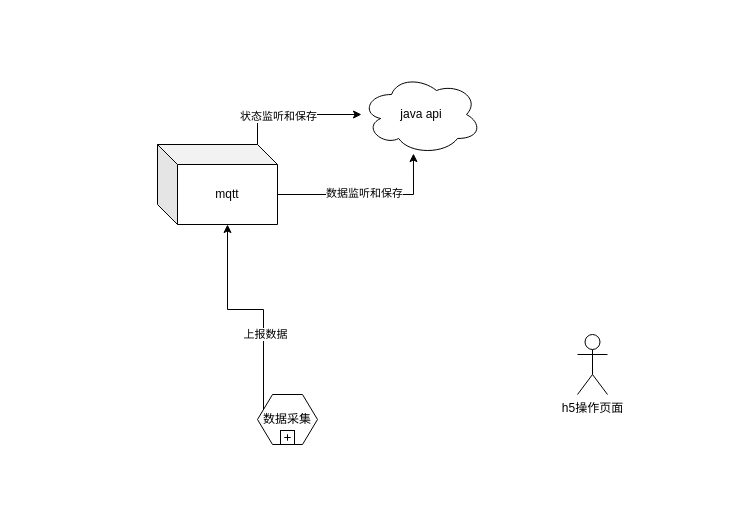
Earlier version of the draw.io diagram Untitled Diagram.drawio (a83988029/data_collect_arch). Source tidied: cells renumbered, new cells numbered last; positions are measured from the earlier drawing's top-left corner, leaving out a move shared by most shapes. Both pictures are drawn from the tidied source at 100%, with x=0, y=0 at pixel (157, 74).
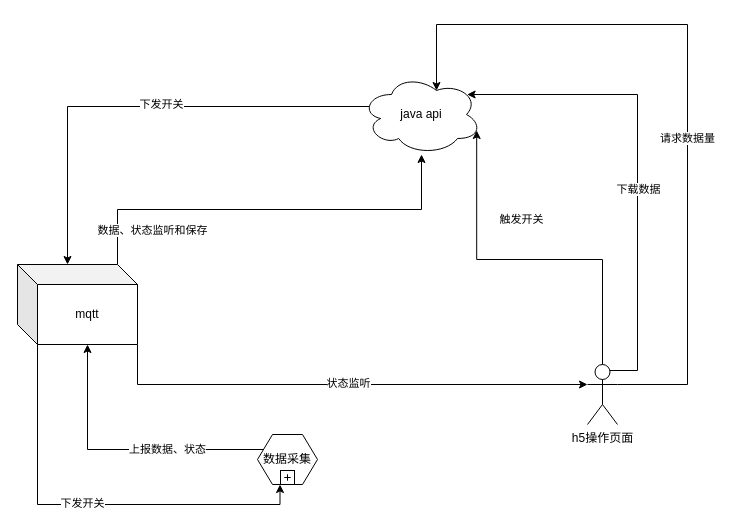
The same diagram, later.

Unchanged cells that the change refers to:
```xml
<mxCell id="2" value="java api" style="ellipse;shape=cloud;whiteSpace=wrap;html=1;" parent="1" vertex="1">
  <mxGeometry x="204" width="120" height="80" as="geometry" />
</mxCell>
<mxCell id="5" style="edgeStyle=orthogonalEdgeStyle;rounded=0;jettySize=auto;html=1;exitX=0;exitY=0;exitDx=100;exitDy=0;exitPerimeter=0;" parent="1" edge="1" source="7" target="2">
  <mxGeometry relative="1" as="geometry" />
</mxCell>
<mxCell id="9" style="edgeStyle=orthogonalEdgeStyle;rounded=0;jettySize=auto;html=1;exitX=0;exitY=0.25;exitDx=0;exitDy=0;entryX=0;entryY=0;entryDx=70;entryDy=80;entryPerimeter=0;" parent="1" edge="1" source="11" target="7">
  <mxGeometry relative="1" as="geometry" />
</mxCell>
```

Diff of the diagram source:
```diff
@@
+    <mxCell id="13" style="edgeStyle=orthogonalEdgeStyle;rounded=0;jettySize=auto;html=1;exitX=0.07;exitY=0.4;exitDx=0;exitDy=0;exitPerimeter=0;entryX=0;entryY=0;entryDx=50;entryDy=0;entryPerimeter=0;" parent="1" edge="1" source="2" target="7">
+      <mxGeometry relative="1" as="geometry" />
+    </mxCell>
+    <mxCell id="14" value="下发开关" style="edgeLabel;html=1;align=center;verticalAlign=middle;" parent="13" vertex="1">
+      <mxGeometry x="-0.09" y="-3" relative="1" as="geometry" />
+    </mxCell>
@@
-    <mxCell id="3" style="edgeStyle=orthogonalEdgeStyle;rounded=0;jettySize=auto;html=1;exitX=0;exitY=0;exitDx=120;exitDy=50;exitPerimeter=0;entryX=0.433;entryY=0.988;entryDx=0;entryDy=0;entryPerimeter=0;" parent="1" edge="1" source="7" target="2">
-      <mxGeometry relative="1" as="geometry" />
-    </mxCell>
-    <mxCell id="4" value="数据监听和保存" style="edgeLabel;html=1;align=center;verticalAlign=middle;" parent="3" vertex="1">
-      <mxGeometry x="-0.03" y="2" relative="1" as="geometry" />
-    </mxCell>
@@
-    <mxCell id="6" value="状态监听和保存" style="edgeLabel;html=1;align=center;verticalAlign=middle;" parent="5" vertex="1">
+    <mxCell id="6" value="数据、状态监听和保存" style="edgeLabel;html=1;align=center;verticalAlign=middle;" parent="5" vertex="1">
       <mxGeometry x="-0.57" y="-20" relative="1" as="geometry" />
     </mxCell>
+    <mxCell id="15" style="edgeStyle=orthogonalEdgeStyle;rounded=0;jettySize=auto;html=1;exitX=1;exitY=1;exitDx=0;exitDy=0;exitPerimeter=0;entryX=0;entryY=0.3333333333333333;entryDx=0;entryDy=0;entryPerimeter=0;" parent="1" edge="1" source="7" target="8">
+      <mxGeometry relative="1" as="geometry" />
+    </mxCell>
+    <mxCell id="16" value="状态监听" style="edgeLabel;html=1;align=center;verticalAlign=middle;" parent="15" vertex="1">
+      <mxGeometry x="0.02" y="2" relative="1" as="geometry" />
+    </mxCell>
+    <mxCell id="17" style="edgeStyle=orthogonalEdgeStyle;rounded=0;jettySize=auto;html=1;exitX=0;exitY=0;exitDx=20;exitDy=80;exitPerimeter=0;entryX=0.375;entryY=1;entryDx=0;entryDy=0;" parent="1" edge="1" source="7" target="11">
+      <mxGeometry relative="1" as="geometry" />
+    </mxCell>
+    <mxCell id="18" value="下发开关" style="edgeLabel;html=1;align=center;verticalAlign=middle;" parent="17" vertex="1">
+      <mxGeometry x="-0.25" y="44" relative="1" as="geometry" />
+    </mxCell>
     <mxCell id="7" value="mqtt" style="shape=cube;whiteSpace=wrap;html=1;boundedLbl=1;backgroundOutline=1;darkOpacity=0.05;darkOpacity2=0.1;" parent="1" vertex="1">
-      <mxGeometry y="70" width="120" height="80" as="geometry" />
+      <mxGeometry x="-140" y="190" width="120" height="80" as="geometry" />
     </mxCell>
+    <mxCell id="19" style="edgeStyle=orthogonalEdgeStyle;rounded=0;jettySize=auto;html=1;exitX=0.5;exitY=0;exitDx=0;exitDy=0;exitPerimeter=0;entryX=0.96;entryY=0.7;entryDx=0;entryDy=0;entryPerimeter=0;" parent="1" edge="1" source="8" target="2">
+      <mxGeometry relative="1" as="geometry" />
+    </mxCell>
+    <mxCell id="20" value="触发开关" style="edgeLabel;html=1;align=center;verticalAlign=middle;" parent="19" vertex="1">
+      <mxGeometry x="-0.42" y="41" relative="1" as="geometry">
+        <mxPoint x="-41" y="-42" as="offset" />
+      </mxGeometry>
+    </mxCell>
+    <mxCell id="21" style="edgeStyle=orthogonalEdgeStyle;rounded=0;jettySize=auto;html=1;exitX=0.75;exitY=0.1;exitDx=0;exitDy=0;exitPerimeter=0;entryX=0.88;entryY=0.25;entryDx=0;entryDy=0;entryPerimeter=0;" parent="1" edge="1" source="8" target="2">
+      <mxGeometry relative="1" as="geometry">
+        <Array as="points">
+          <mxPoint x="480" y="296" />
+          <mxPoint x="480" y="20" />
+        </Array>
+      </mxGeometry>
+    </mxCell>
+    <mxCell id="22" value="下载数据" style="edgeLabel;html=1;align=center;verticalAlign=middle;" parent="21" vertex="1">
+      <mxGeometry x="-0.12" relative="1" as="geometry" />
+    </mxCell>
+    <mxCell id="23" style="edgeStyle=orthogonalEdgeStyle;rounded=0;jettySize=auto;html=1;exitX=1;exitY=0.3333333333333333;exitDx=0;exitDy=0;exitPerimeter=0;entryX=0.625;entryY=0.2;entryDx=0;entryDy=0;entryPerimeter=0;" parent="1" edge="1" source="8" target="2">
+      <mxGeometry relative="1" as="geometry">
+        <Array as="points">
+          <mxPoint x="530" y="310" />
+          <mxPoint x="530" y="-50" />
+          <mxPoint x="279" y="-50" />
+        </Array>
+      </mxGeometry>
+    </mxCell>
+    <mxCell id="24" value="请求数据量" style="edgeLabel;html=1;align=center;verticalAlign=middle;" parent="23" vertex="1">
+      <mxGeometry x="-0.15" y="1" relative="1" as="geometry" />
+    </mxCell>
     <mxCell id="8" value="h5操作页面" style="shape=umlActor;verticalLabelPosition=bottom;verticalAlign=top;html=1;outlineConnect=0;" parent="1" vertex="1">
-      <mxGeometry x="420" y="260" width="30" height="60" as="geometry" />
+      <mxGeometry x="430" y="290" width="30" height="60" as="geometry" />
     </mxCell>
@@
-    <mxCell id="10" value="上报数据" style="edgeLabel;html=1;align=center;verticalAlign=middle;" parent="9" vertex="1">
+    <mxCell id="10" value="上报数据、状态" style="edgeLabel;html=1;align=center;verticalAlign=middle;" parent="9" vertex="1">
       <mxGeometry x="-0.31" y="-1" relative="1" as="geometry" />
     </mxCell>
     <mxCell id="11" value="数据采集" style="shape=hexagon;whiteSpace=wrap;html=1;perimeter=hexagonPerimeter;rounded=0;" parent="1" vertex="1">
-      <mxGeometry x="100" y="320" width="60" height="50" as="geometry" />
+      <mxGeometry x="100" y="360" width="60" height="50" as="geometry" />
     </mxCell>
```
